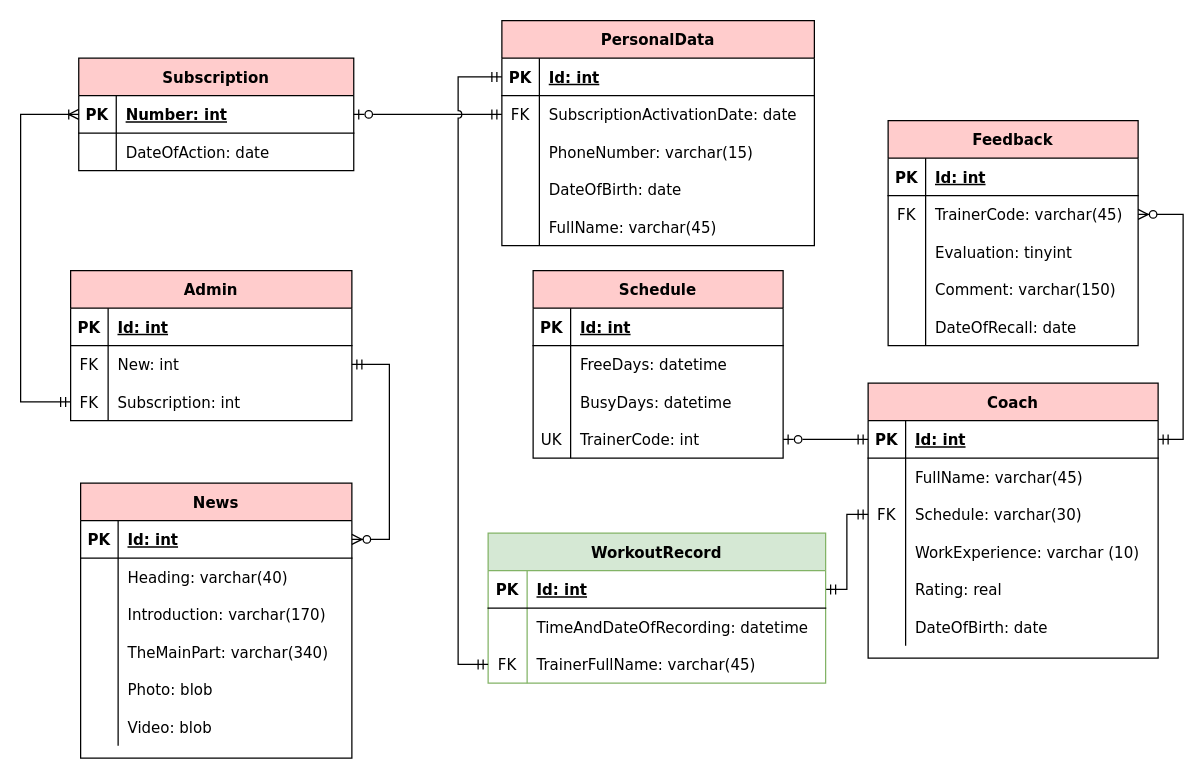
The draw.io diagram page "Page-2" (2 of 2) of Diagrams/ER 3.drawio in yuliapyrikova/-, before the edit. Source tidied: cells renumbered, new cells numbered last; positions are measured from the earlier drawing's top-left corner, leaving out a move shared by most shapes. Both pictures are drawn from the tidied source at 125%, with x=0, y=0 at pixel (20, 20).
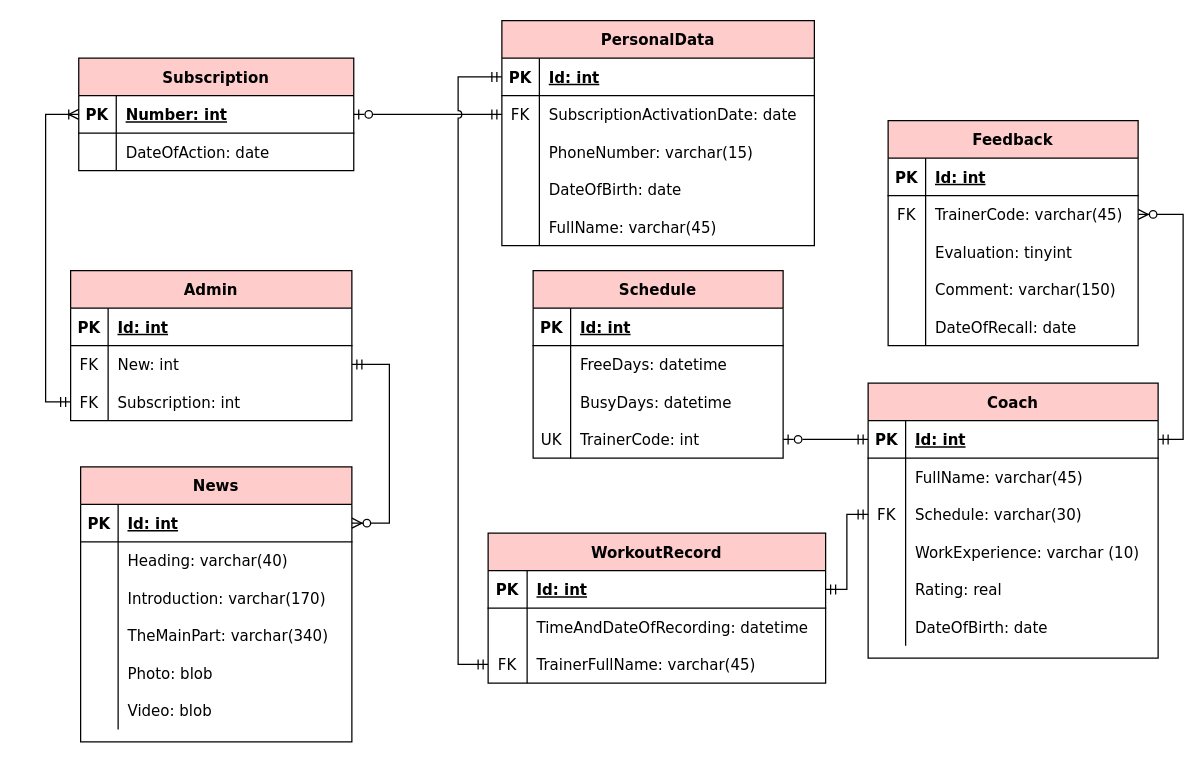
The same diagram, later.

The change refers to these unchanged cells:
```xml
<mxCell id="32" style="shape=partialRectangle;fillColor=none;points=[[0,0.5],[1,0.5]];portConstraint=eastwest;top=0;left=0;right=0;bottom=1;strokeColor=#000000;fontColor=#000000;fontFamily=Verdana;" parent="31" vertex="1">
  <mxGeometry y="30" width="220" height="30" as="geometry" />
</mxCell>
<mxCell id="113" style="shape=partialRectangle;fillColor=none;top=0;left=0;bottom=0;right=0;points=[[0,0.5],[1,0.5]];portConstraint=eastwest;strokeColor=#000000;fontColor=#000000;fontFamily=Verdana;" parent="106" vertex="1">
  <mxGeometry y="90" width="225" height="30" as="geometry" />
</mxCell>
```

Diff of the diagram source:
```diff
@@
     <mxCell id="75" value="News" style="shape=table;startSize=30;childLayout=tableLayout;rowLines=0;fontStyle=1;align=center;fillColor=#FFCCCC;strokeColor=#000000;fontColor=#000000;fontFamily=Verdana;" parent="1" vertex="1">
-      <mxGeometry x="48" y="370" width="217" height="220" as="geometry" />
+      <mxGeometry x="48" y="357" width="217" height="220" as="geometry" />
     </mxCell>
@@
-    <mxCell id="95" value="WorkoutRecord" style="shape=table;startSize=30;childLayout=tableLayout;rowLines=0;fontStyle=1;align=center;fillColor=#d5e8d4;strokeColor=#82b366;fontFamily=Verdana;" parent="1" vertex="1">
+    <mxCell id="95" value="WorkoutRecord" style="shape=table;startSize=30;childLayout=tableLayout;rowLines=0;fontStyle=1;align=center;fontFamily=Verdana;fillColor=#FFCCCC;" parent="1" vertex="1">
       <mxGeometry x="374" y="410" width="270" height="120" as="geometry" />
     </mxCell>
@@
     <mxCell id="116" style="edgeStyle=orthogonalEdgeStyle;fontSize=12;html=1;endArrow=ERoneToMany;startArrow=ERmandOne;rounded=0;shadow=0;entryX=0;entryY=0.5;entryDx=0;entryDy=0;exitX=0;exitY=0.5;exitDx=0;exitDy=0;fontFamily=Verdana;" parent="1" edge="1" source="113" target="32">
       <mxGeometry relative="1" as="geometry">
         <Array as="points">
-          <mxPoint y="305" />
-          <mxPoint y="75" />
+          <mxPoint x="20" y="305" />
+          <mxPoint x="20" y="75" />
         </Array>
       </mxGeometry>
     </mxCell>
```
